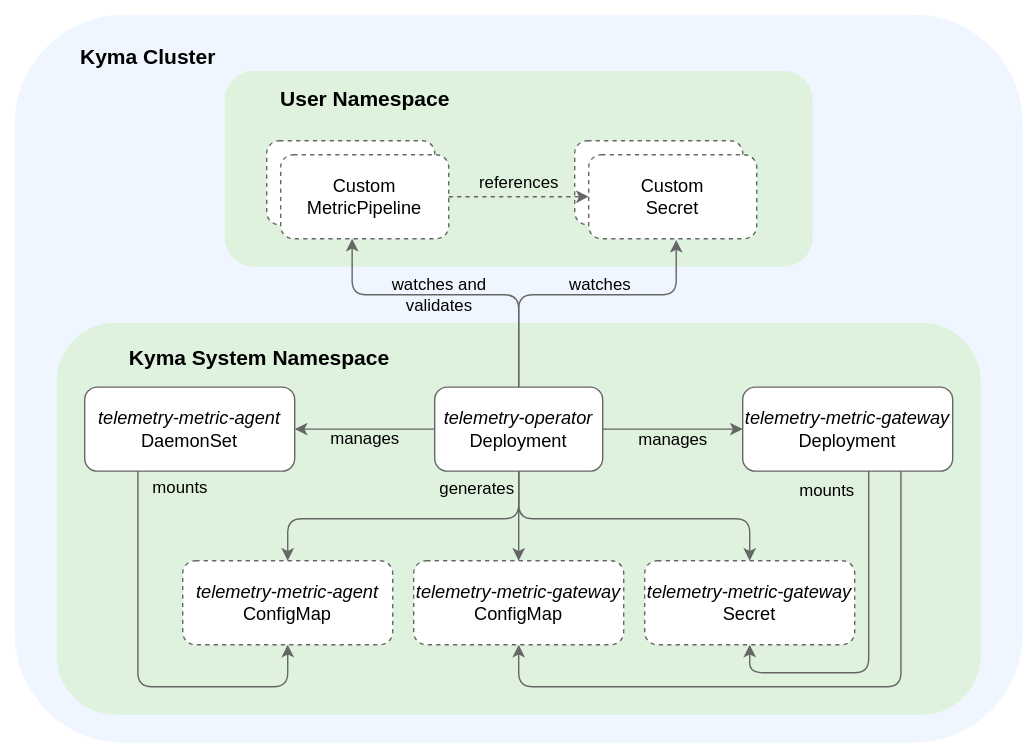
Before: docs/user/assets/metrics-resources.drawio.svg, a diagram exported from draw.io (kyma-project/telemetry-manager). Source tidied: cells renumbered, new cells last; positions are measured from the earlier drawing's top-left corner, leaving out a move shared by most shapes.
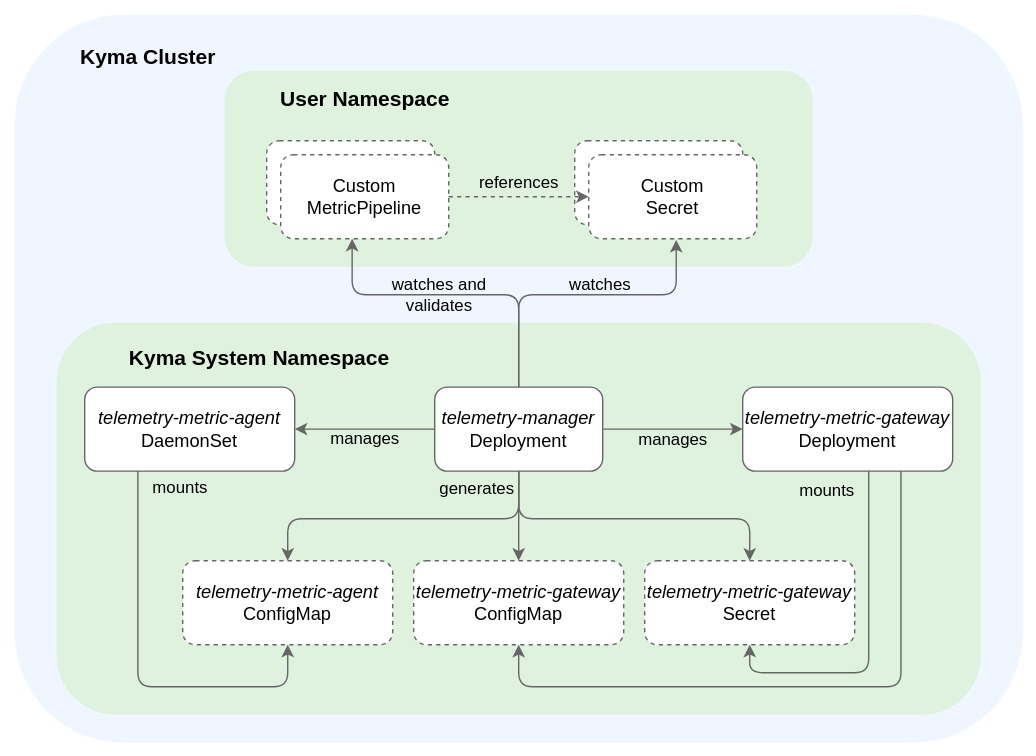
The same diagram one commit later.

Diff of the diagram source:
```diff
@@ -32,7 +32,7 @@
     <mxCell id="11" value="&lt;font style=&quot;font-size: 15px&quot;&gt;&lt;b&gt;User Namespace&lt;/b&gt;&lt;/font&gt;" style="text;html=1;align=center;verticalAlign=middle;" parent="1" vertex="1">
       <mxGeometry x="190" y="60" width="140" height="20" as="geometry" />
     </mxCell>
-    <mxCell id="12" value="&lt;font style=&quot;font-size: 13px&quot;&gt;&lt;i&gt;telemetry-operator&lt;/i&gt;&lt;br&gt;Deployment&lt;/font&gt;" style="rounded=1;whiteSpace=wrap;html=1;strokeColor=#666666;" parent="1" vertex="1">
+    <mxCell id="12" value="&lt;font style=&quot;font-size: 13px&quot;&gt;&lt;i&gt;telemetry-manager&lt;/i&gt;&lt;br&gt;Deployment&lt;/font&gt;" style="rounded=1;whiteSpace=wrap;html=1;strokeColor=#666666;" parent="1" vertex="1">
       <mxGeometry x="310" y="276" width="120" height="60" as="geometry" />
     </mxCell>
     <mxCell id="13" value="&lt;font&gt;&lt;div&gt;&lt;span style=&quot;font-size: 13px&quot;&gt;&lt;i&gt;telemetry-metric-gateway&lt;/i&gt;&lt;/span&gt;&lt;/div&gt;&lt;span style=&quot;font-size: 13px&quot;&gt;Deployment&lt;/span&gt;&lt;/font&gt;" style="rounded=1;whiteSpace=wrap;html=1;strokeColor=#666666;" parent="1" vertex="1">
```
